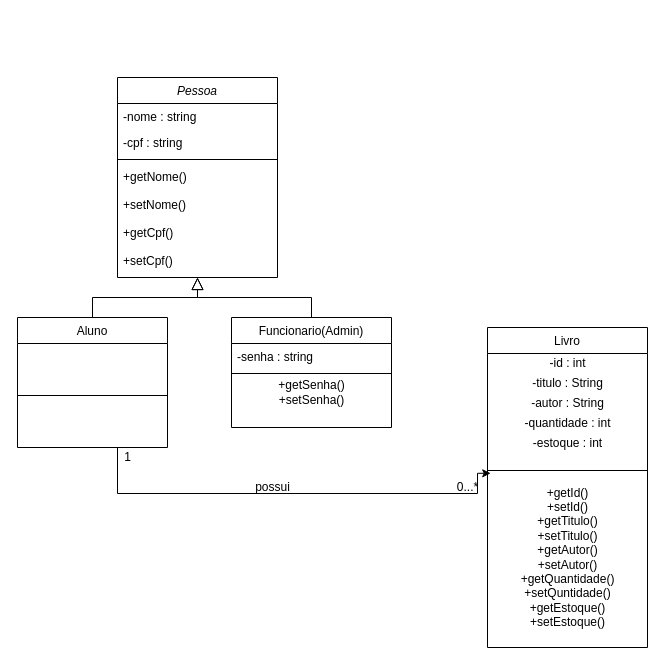
Earlier version of the draw.io diagram Untitled Diagram.drawio (idogmal/Projeto2020.3PROG). Source tidied: cells renumbered, new cells numbered last; positions are measured from the earlier drawing's top-left corner, leaving out a move shared by most shapes. Both pictures are drawn from the tidied source at 100%, with x=0, y=0 at pixel (17, 77).
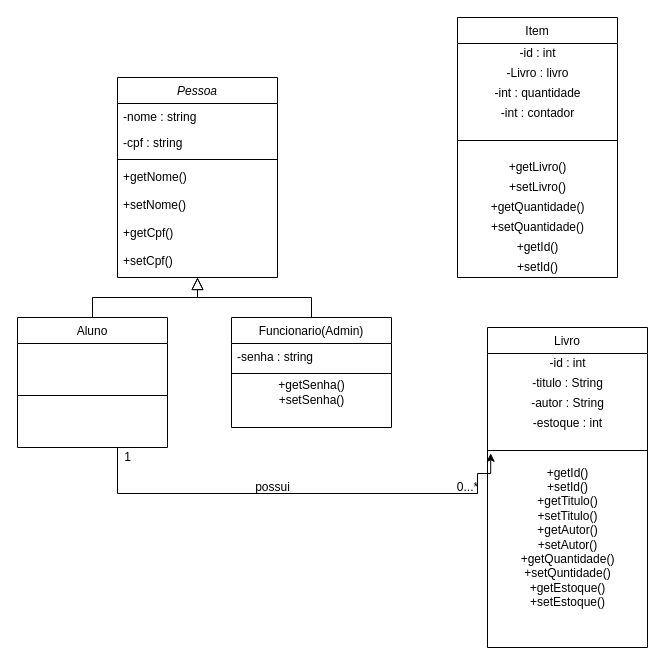
Above is the later version.

The change refers to these unchanged cells:
```xml
<mxCell id="13" value="Livro" style="swimlane;fontStyle=0;align=center;verticalAlign=top;horizontal=1;startSize=26;rounded=0;shadow=0;strokeWidth=1;" parent="1" vertex="1">
  <mxGeometry x="470" y="250" width="160" height="320" as="geometry" />
</mxCell>
```

Change to the diagram source:
```diff
@@
-    <mxCell id="17" value="-quantidade : int" style="text;html=1;align=center;verticalAlign=middle;" parent="13" vertex="1">
-      <mxGeometry y="86" width="160" height="20" as="geometry" />
-    </mxCell>
     <mxCell id="18" value="-estoque : int" style="text;html=1;align=center;verticalAlign=middle;" parent="13" vertex="1">
-      <mxGeometry y="106" width="160" height="20" as="geometry" />
+      <mxGeometry y="86" width="160" height="20" as="geometry" />
     </mxCell>
     <mxCell id="19" style="line;html=1;strokeWidth=1;align=left;verticalAlign=middle;spacingTop=-1;spacingLeft=3;spacingRight=3;labelPosition=right;points=[];portConstraint=eastwest;" parent="13" vertex="1">
-      <mxGeometry y="126" width="160" height="34" as="geometry" />
+      <mxGeometry y="106" width="160" height="34" as="geometry" />
     </mxCell>
     <mxCell id="20" value="+getId()&lt;br&gt;+setId()&lt;br&gt;+getTitulo()&lt;br&gt;+setTitulo()&lt;br&gt;+getAutor()&lt;br&gt;+setAutor()&lt;br&gt;+getQuantidade()&lt;br&gt;+setQuntidade()&lt;br&gt;+getEstoque()&lt;br&gt;+setEstoque()" style="text;html=1;align=center;verticalAlign=middle;" parent="13" vertex="1">
-      <mxGeometry y="160" width="160" height="140" as="geometry" />
+      <mxGeometry y="140" width="160" height="140" as="geometry" />
     </mxCell>
@@
+    <mxCell id="27" value="Item" style="swimlane;fontStyle=0;align=center;verticalAlign=top;horizontal=1;startSize=26;rounded=0;shadow=0;strokeWidth=1;" parent="1" vertex="1">
+      <mxGeometry x="440" y="-60" width="160" height="260" as="geometry" />
+    </mxCell>
+    <mxCell id="28" value="-id : int" style="text;html=1;align=center;verticalAlign=middle;" parent="27" vertex="1">
+      <mxGeometry y="26" width="160" height="20" as="geometry" />
+    </mxCell>
+    <mxCell id="29" value="-Livro : livro" style="text;html=1;align=center;verticalAlign=middle;" parent="27" vertex="1">
+      <mxGeometry y="46" width="160" height="20" as="geometry" />
+    </mxCell>
+    <mxCell id="30" value="-int : quantidade" style="text;html=1;align=center;verticalAlign=middle;" parent="27" vertex="1">
+      <mxGeometry y="66" width="160" height="20" as="geometry" />
+    </mxCell>
+    <mxCell id="31" value="-int : contador" style="text;html=1;align=center;verticalAlign=middle;" parent="27" vertex="1">
+      <mxGeometry y="86" width="160" height="20" as="geometry" />
+    </mxCell>
+    <mxCell id="32" style="line;html=1;strokeWidth=1;align=left;verticalAlign=middle;spacingTop=-1;spacingLeft=3;spacingRight=3;labelPosition=right;" parent="27" vertex="1">
+      <mxGeometry y="106" width="160" height="34" as="geometry" />
+    </mxCell>
+    <mxCell id="33" value="+getLivro()" style="text;html=1;align=center;verticalAlign=middle;" parent="27" vertex="1">
+      <mxGeometry y="140" width="160" height="20" as="geometry" />
+    </mxCell>
+    <mxCell id="34" value="+setLivro()" style="text;html=1;align=center;verticalAlign=middle;" parent="27" vertex="1">
+      <mxGeometry y="160" width="160" height="20" as="geometry" />
+    </mxCell>
+    <mxCell id="35" value="+getQuantidade()" style="text;html=1;align=center;verticalAlign=middle;" parent="27" vertex="1">
+      <mxGeometry y="180" width="160" height="20" as="geometry" />
+    </mxCell>
+    <mxCell id="36" value="+setQuantidade()" style="text;html=1;align=center;verticalAlign=middle;" parent="27" vertex="1">
+      <mxGeometry y="200" width="160" height="20" as="geometry" />
+    </mxCell>
+    <mxCell id="37" value="+getId()" style="text;html=1;align=center;verticalAlign=middle;" parent="27" vertex="1">
+      <mxGeometry y="220" width="160" height="20" as="geometry" />
+    </mxCell>
+    <mxCell id="38" value="+setId()" style="text;html=1;align=center;verticalAlign=middle;" parent="27" vertex="1">
+      <mxGeometry y="240" width="160" height="20" as="geometry" />
+    </mxCell>
```
